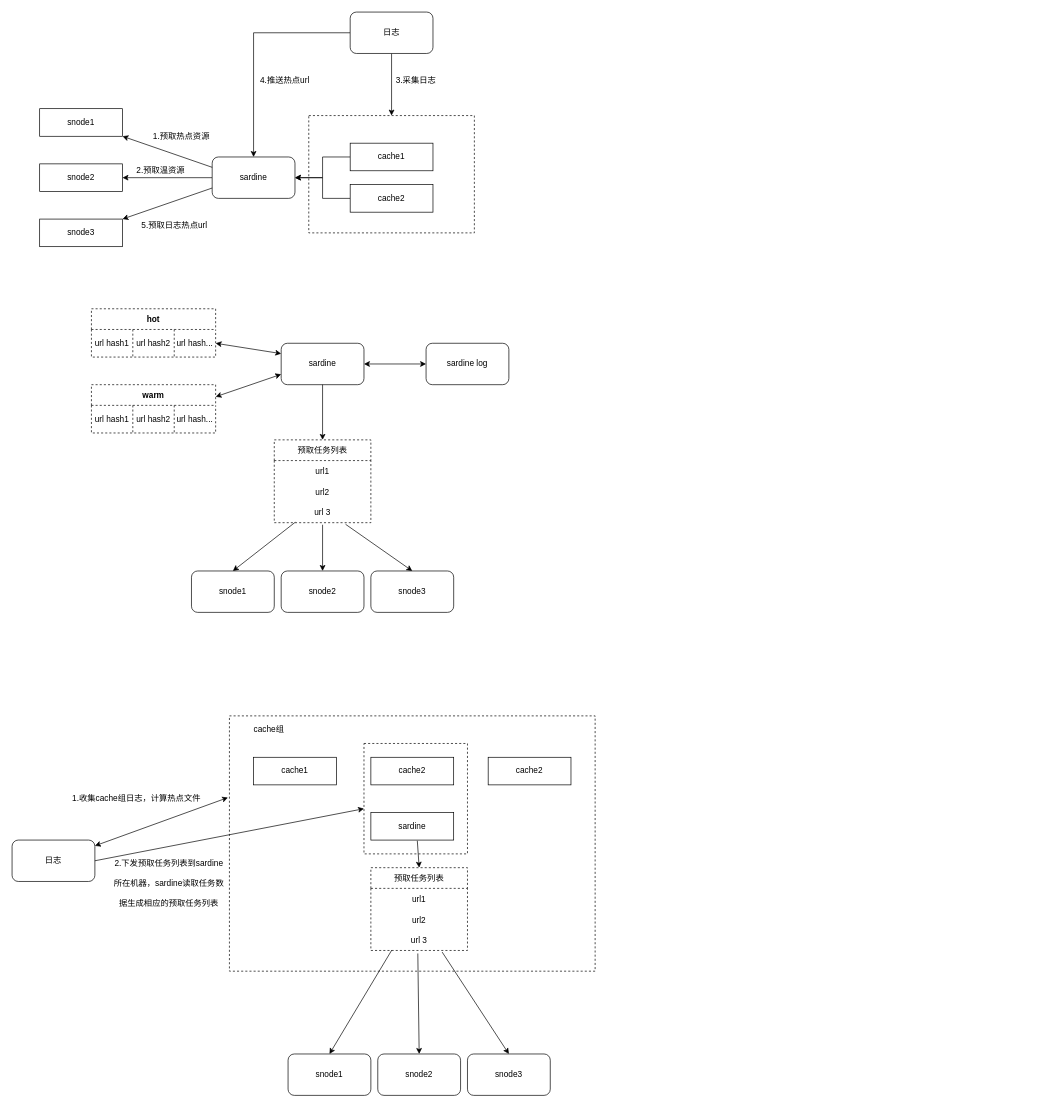
Before: Untitled Diagram.drawio in FreeMind-LJ/ThreadPool, a draw.io diagram. Source tidied: cells renumbered, new cells numbered last; positions are measured from the earlier drawing's top-left corner, leaving out a move shared by most shapes. Both pictures are drawn from the tidied source at 69%, with x=0, y=0 at pixel (12, 12).
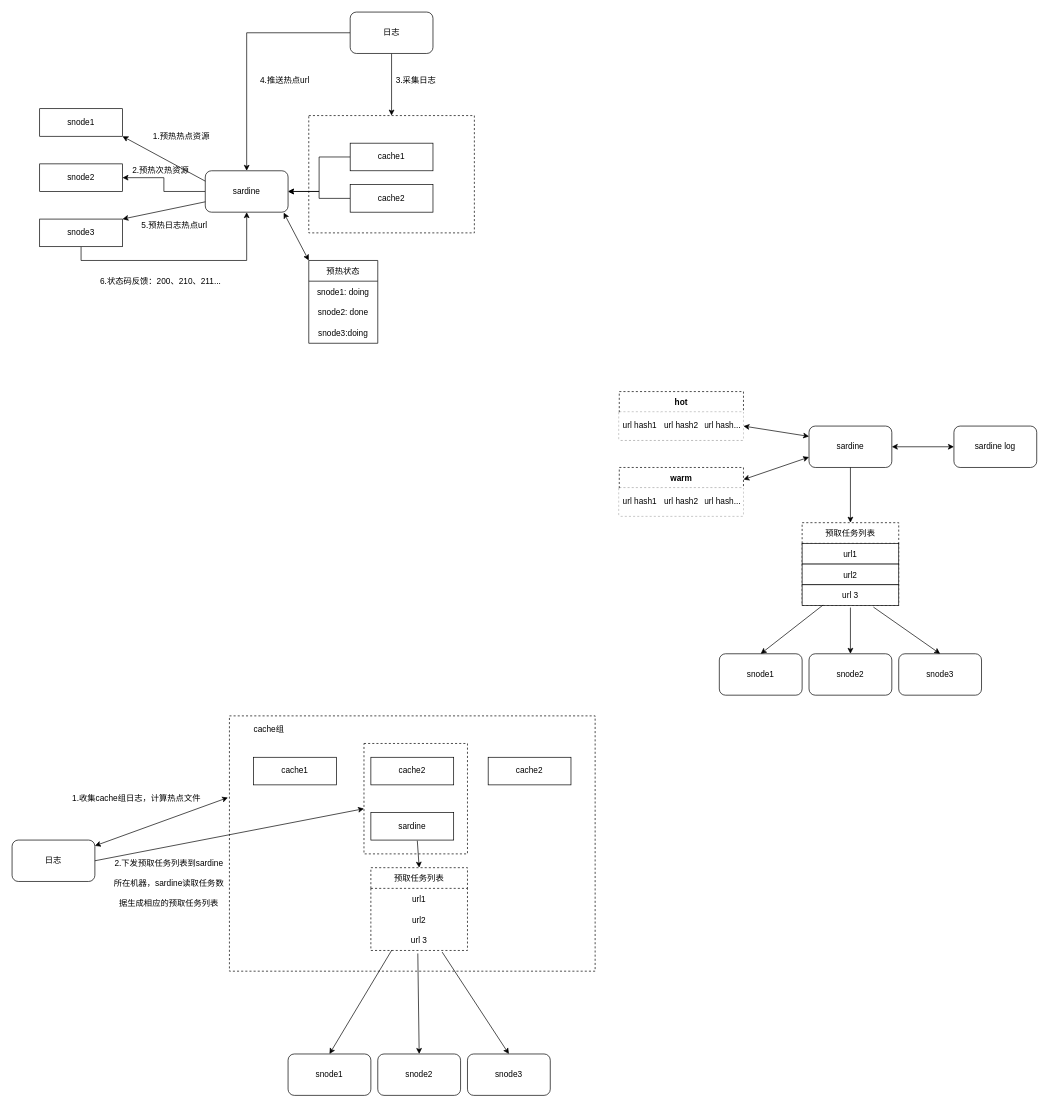
After the change.

Diff of the diagram source:
```diff
@@
+    <mxCell id="71" style="edgeStyle=orthogonalEdgeStyle;rounded=0;jettySize=auto;html=1;fontColor=default;exitX=0.5;exitY=1;exitDx=0;exitDy=0;strokeColor=default;labelBackgroundColor=default;" parent="1" edge="1" source="8" target="10">
+      <mxGeometry relative="1" as="geometry" />
+    </mxCell>
-    <mxCell id="8" value="snode3" style="rounded=0;whiteSpace=wrap;html=1;" parent="1" vertex="1">
+    <mxCell id="8" value="snode3" style="rounded=0;whiteSpace=wrap;html=1;fillColor=default;strokeColor=default;fontColor=default;" parent="1" vertex="1">
       <mxGeometry x="40" y="300" width="120" height="40" as="geometry" />
     </mxCell>
@@
-    <mxCell id="10" value="sardine" style="rounded=1;whiteSpace=wrap;html=1;" parent="1" vertex="1">
-      <mxGeometry x="290" y="210" width="120" height="60" as="geometry" />
+    <mxCell id="10" value="sardine" style="rounded=1;whiteSpace=wrap;html=1;fillColor=default;strokeColor=default;fontColor=default;" parent="1" vertex="1">
+      <mxGeometry x="280" y="230" width="120" height="60" as="geometry" />
     </mxCell>
@@
-    <mxCell id="17" value="2.预取温资源" style="text;html=1;align=center;verticalAlign=middle;strokeColor=none;fillColor=none;" parent="1" vertex="1">
-      <mxGeometry x="170" y="220" width="90" height="20" as="geometry" />
+    <mxCell id="17" value="2.预热次热资源" style="text;html=1;align=center;verticalAlign=middle;strokeColor=none;fillColor=none;" parent="1" vertex="1">
+      <mxGeometry x="165" y="220" width="100" height="20" as="geometry" />
     </mxCell>
@@
-    <mxCell id="20" value="1.预取热点资源" style="text;html=1;align=center;verticalAlign=middle;strokeColor=none;fillColor=none;" parent="1" vertex="1">
+    <mxCell id="20" value="1.预热热点资源" style="text;html=1;align=center;verticalAlign=middle;strokeColor=none;fillColor=none;" parent="1" vertex="1">
       <mxGeometry x="195" y="170" width="100" height="20" as="geometry" />
     </mxCell>
-    <mxCell id="21" value="5.预取日志热点url" style="text;html=1;align=center;verticalAlign=middle;strokeColor=none;fillColor=none;" parent="1" vertex="1">
+    <mxCell id="21" value="5.预热日志热点url" style="text;html=1;align=center;verticalAlign=middle;strokeColor=none;fillColor=none;fontColor=default;" parent="1" vertex="1">
       <mxGeometry x="180" y="300" width="110" height="20" as="geometry" />
     </mxCell>
-    <mxCell id="22" value="sardine" style="rounded=1;whiteSpace=wrap;html=1;" parent="1" vertex="1">
-      <mxGeometry x="390" y="480" width="120" height="60" as="geometry" />
+    <mxCell id="22" value="sardine" style="rounded=1;whiteSpace=wrap;html=1;fillColor=default;strokeColor=default;fontColor=default;" parent="1" vertex="1">
+      <mxGeometry x="1155" y="600" width="120" height="60" as="geometry" />
     </mxCell>
     <mxCell id="23" value="hot" style="shape=table;startSize=30;childLayout=tableLayout;fontStyle=1;align=center;dashed=1;fillColor=none;" parent="1" vertex="1">
-      <mxGeometry x="115" y="430" width="180" height="70" as="geometry" />
+      <mxGeometry x="880" y="550" width="180" height="70" as="geometry" />
     </mxCell>
-    <mxCell id="24" style="shape=partialRectangle;html=1;whiteSpace=wrap;fillColor=none;top=0;left=0;bottom=0;right=0;points=[[0,0.5],[1,0.5]];portConstraint=eastwest;" parent="23" vertex="1">
+    <mxCell id="24" style="shape=partialRectangle;html=1;whiteSpace=wrap;fillColor=default;top=0;left=0;bottom=0;right=0;points=[[0,0.5],[1,0.5]];portConstraint=eastwest;strokeColor=default;fontColor=default;" parent="23" vertex="1">
       <mxGeometry y="30" width="180" height="40" as="geometry" />
     </mxCell>
-    <mxCell id="25" value="url hash1" style="shape=partialRectangle;html=1;whiteSpace=wrap;fillColor=none;top=0;left=0;bottom=0;right=0;overflow=hidden;" parent="24" vertex="1">
+    <mxCell id="25" value="url hash1" style="shape=partialRectangle;html=1;whiteSpace=wrap;fillColor=default;top=0;left=0;bottom=0;right=0;overflow=hidden;strokeColor=default;fontColor=default;" parent="24" vertex="1">
       <mxGeometry width="60" height="40" as="geometry" />
     </mxCell>
-    <mxCell id="26" value="&lt;span&gt;url hash2&lt;/span&gt;" style="shape=partialRectangle;html=1;whiteSpace=wrap;fillColor=none;top=0;left=0;bottom=0;right=0;overflow=hidden;" parent="24" vertex="1">
+    <mxCell id="26" value="&lt;span&gt;url hash2&lt;/span&gt;" style="shape=partialRectangle;html=1;whiteSpace=wrap;fillColor=default;top=0;left=0;bottom=0;right=0;overflow=hidden;strokeColor=default;fontColor=default;" parent="24" vertex="1">
       <mxGeometry x="60" width="60" height="40" as="geometry" />
     </mxCell>
-    <mxCell id="27" value="&lt;span&gt;url hash...&lt;/span&gt;" style="shape=partialRectangle;html=1;whiteSpace=wrap;fillColor=none;top=0;left=0;bottom=0;right=0;overflow=hidden;" parent="24" vertex="1">
+    <mxCell id="27" value="&lt;span&gt;url hash...&lt;/span&gt;" style="shape=partialRectangle;html=1;whiteSpace=wrap;fillColor=default;top=0;left=0;bottom=0;right=0;overflow=hidden;strokeColor=default;fontColor=default;" parent="24" vertex="1">
       <mxGeometry x="120" width="60" height="40" as="geometry" />
     </mxCell>
-    <mxCell id="28" value="warm" style="shape=table;startSize=30;childLayout=tableLayout;fontStyle=1;align=center;dashed=1;fillColor=none;" parent="1" vertex="1">
-      <mxGeometry x="115" y="540" width="180" height="70" as="geometry" />
+    <mxCell id="28" value="warm" style="shape=table;startSize=30;childLayout=tableLayout;fontStyle=1;align=center;dashed=1;fillColor=default;strokeColor=default;fontColor=default;" parent="1" vertex="1">
+      <mxGeometry x="880" y="660" width="180" height="70" as="geometry" />
     </mxCell>
-    <mxCell id="29" style="shape=partialRectangle;html=1;whiteSpace=wrap;fillColor=none;top=0;left=0;bottom=0;right=0;" parent="28" vertex="1">
+    <mxCell id="29" style="shape=partialRectangle;html=1;whiteSpace=wrap;fillColor=default;top=0;left=0;bottom=0;right=0;strokeColor=default;fontColor=default;" parent="28" vertex="1">
       <mxGeometry y="30" width="180" height="40" as="geometry" />
     </mxCell>
-    <mxCell id="30" value="url hash1" style="shape=partialRectangle;html=1;whiteSpace=wrap;fillColor=none;top=0;left=0;bottom=0;right=0;overflow=hidden;" parent="29" vertex="1">
+    <mxCell id="30" value="url hash1" style="shape=partialRectangle;html=1;whiteSpace=wrap;fillColor=default;top=0;left=0;bottom=0;right=0;overflow=hidden;strokeColor=default;fontColor=default;" parent="29" vertex="1">
       <mxGeometry width="60" height="40" as="geometry" />
     </mxCell>
-    <mxCell id="31" value="&lt;span&gt;url hash2&lt;/span&gt;" style="shape=partialRectangle;html=1;whiteSpace=wrap;fillColor=none;top=0;left=0;bottom=0;right=0;overflow=hidden;" parent="29" vertex="1">
+    <mxCell id="31" value="&lt;span&gt;url hash2&lt;/span&gt;" style="shape=partialRectangle;html=1;whiteSpace=wrap;fillColor=default;top=0;left=0;bottom=0;right=0;overflow=hidden;strokeColor=default;fontColor=default;" parent="29" vertex="1">
       <mxGeometry x="60" width="60" height="40" as="geometry" />
     </mxCell>
-    <mxCell id="32" value="&lt;span&gt;url hash...&lt;/span&gt;" style="shape=partialRectangle;html=1;whiteSpace=wrap;fillColor=none;top=0;left=0;bottom=0;right=0;overflow=hidden;" parent="29" vertex="1">
+    <mxCell id="32" value="&lt;span&gt;url hash...&lt;/span&gt;" style="shape=partialRectangle;html=1;whiteSpace=wrap;fillColor=default;top=0;left=0;bottom=0;right=0;overflow=hidden;strokeColor=default;fontColor=default;" parent="29" vertex="1">
       <mxGeometry x="120" width="60" height="40" as="geometry" />
     </mxCell>
-    <mxCell id="33" value="sardine log" style="rounded=1;whiteSpace=wrap;html=1;" parent="1" vertex="1">
-      <mxGeometry x="600" y="480" width="120" height="60" as="geometry" />
+    <mxCell id="33" value="sardine log" style="rounded=1;whiteSpace=wrap;html=1;fillColor=default;strokeColor=default;fontColor=default;" parent="1" vertex="1">
+      <mxGeometry x="1365" y="600" width="120" height="60" as="geometry" />
     </mxCell>
-    <mxCell id="34" value="snode2" style="rounded=1;whiteSpace=wrap;html=1;" parent="1" vertex="1">
-      <mxGeometry x="390" y="810" width="120" height="60" as="geometry" />
+    <mxCell id="34" value="snode2" style="rounded=1;whiteSpace=wrap;html=1;fillColor=default;strokeColor=default;fontColor=default;" parent="1" vertex="1">
+      <mxGeometry x="1155" y="930" width="120" height="60" as="geometry" />
     </mxCell>
-    <mxCell id="35" value="预取任务列表" style="swimlane;fontStyle=0;horizontal=1;startSize=30;dashed=1;fillColor=none;" parent="1" vertex="1">
-      <mxGeometry x="380" y="620" width="140" height="120" as="geometry" />
+    <mxCell id="35" value="预取任务列表" style="swimlane;fontStyle=0;horizontal=1;startSize=30;dashed=1;fillColor=default;strokeColor=default;fontColor=default;" parent="1" vertex="1">
+      <mxGeometry x="1145" y="740" width="140" height="120" as="geometry" />
     </mxCell>
-    <mxCell id="36" value="url1" style="text;strokeColor=none;fillColor=none;align=center;verticalAlign=middle;spacingLeft=4;spacingRight=4;overflow=hidden;" parent="35" vertex="1">
+    <mxCell id="36" value="url1" style="text;strokeColor=default;fillColor=default;align=center;verticalAlign=middle;spacingLeft=4;spacingRight=4;overflow=hidden;fontColor=default;" parent="35" vertex="1">
       <mxGeometry y="30" width="140" height="30" as="geometry" />
     </mxCell>
-    <mxCell id="37" value="url2" style="text;strokeColor=none;fillColor=none;align=center;verticalAlign=middle;spacingLeft=4;spacingRight=4;overflow=hidden;" parent="35" vertex="1">
+    <mxCell id="37" value="url2" style="text;strokeColor=default;fillColor=default;align=center;verticalAlign=middle;spacingLeft=4;spacingRight=4;overflow=hidden;fontColor=default;" parent="35" vertex="1">
       <mxGeometry y="60" width="140" height="30" as="geometry" />
     </mxCell>
-    <mxCell id="38" value="url 3" style="text;strokeColor=none;fillColor=none;align=center;verticalAlign=middle;spacingLeft=4;spacingRight=4;overflow=hidden;points=[[0,0.5],[1,0.5]];portConstraint=eastwest;" parent="35" vertex="1">
+    <mxCell id="38" value="url 3" style="text;strokeColor=default;fillColor=default;align=center;verticalAlign=middle;spacingLeft=4;spacingRight=4;overflow=hidden;points=[[0,0.5],[1,0.5]];portConstraint=eastwest;fontColor=default;" parent="35" vertex="1">
       <mxGeometry y="90" width="140" height="30" as="geometry" />
     </mxCell>
-    <mxCell id="39" value="snode3" style="rounded=1;whiteSpace=wrap;html=1;" parent="1" vertex="1">
-      <mxGeometry x="520" y="810" width="120" height="60" as="geometry" />
+    <mxCell id="39" value="snode3" style="rounded=1;whiteSpace=wrap;html=1;fillColor=default;strokeColor=default;fontColor=default;" parent="1" vertex="1">
+      <mxGeometry x="1285" y="930" width="120" height="60" as="geometry" />
     </mxCell>
-    <mxCell id="40" value="snode1" style="rounded=1;whiteSpace=wrap;html=1;" parent="1" vertex="1">
-      <mxGeometry x="260" y="810" width="120" height="60" as="geometry" />
+    <mxCell id="40" value="snode1" style="rounded=1;whiteSpace=wrap;html=1;fillColor=default;strokeColor=default;fontColor=default;" parent="1" vertex="1">
+      <mxGeometry x="1025" y="930" width="120" height="60" as="geometry" />
     </mxCell>
-    <mxCell id="41" style="endArrow=classic;startArrow=classic;html=1;exitX=1;exitY=0.5;exitDx=0;exitDy=0;entryX=0;entryY=0.25;entryDx=0;entryDy=0;" parent="1" edge="1" source="24" target="22">
+    <mxCell id="41" style="endArrow=classic;startArrow=classic;html=1;exitX=1;exitY=0.5;exitDx=0;exitDy=0;entryX=0;entryY=0.25;entryDx=0;entryDy=0;fillColor=default;strokeColor=default;fontColor=default;" parent="1" edge="1" source="24" target="22">
       <mxGeometry relative="1" as="geometry" />
     </mxCell>
-    <mxCell id="42" style="endArrow=classic;startArrow=classic;html=1;exitX=1;exitY=0.25;exitDx=0;exitDy=0;entryX=0;entryY=0.75;entryDx=0;entryDy=0;" parent="1" edge="1" source="28" target="22">
+    <mxCell id="42" style="endArrow=classic;startArrow=classic;html=1;exitX=1;exitY=0.25;exitDx=0;exitDy=0;entryX=0;entryY=0.75;entryDx=0;entryDy=0;fillColor=default;strokeColor=default;fontColor=default;" parent="1" edge="1" source="28" target="22">
       <mxGeometry relative="1" as="geometry" />
     </mxCell>
-    <mxCell id="43" style="endArrow=classic;startArrow=classic;html=1;exitX=1;exitY=0.5;exitDx=0;exitDy=0;entryX=0;entryY=0.5;entryDx=0;entryDy=0;" parent="1" edge="1" source="22" target="33">
+    <mxCell id="43" style="endArrow=classic;startArrow=classic;html=1;exitX=1;exitY=0.5;exitDx=0;exitDy=0;entryX=0;entryY=0.5;entryDx=0;entryDy=0;fillColor=default;strokeColor=default;fontColor=default;" parent="1" edge="1" source="22" target="33">
       <mxGeometry relative="1" as="geometry" />
     </mxCell>
-    <mxCell id="44" style="endArrow=classic;html=1;exitX=0.5;exitY=1;exitDx=0;exitDy=0;" parent="1" edge="1" source="22" target="35">
+    <mxCell id="44" style="endArrow=classic;html=1;exitX=0.5;exitY=1;exitDx=0;exitDy=0;fillColor=default;strokeColor=default;fontColor=default;" parent="1" edge="1" source="22" target="35">
       <mxGeometry relative="1" as="geometry" />
     </mxCell>
-    <mxCell id="45" style="endArrow=classic;html=1;exitX=0.217;exitY=0.978;exitDx=0;exitDy=0;exitPerimeter=0;entryX=0.5;entryY=0;entryDx=0;entryDy=0;" parent="1" edge="1" source="38" target="40">
+    <mxCell id="45" style="endArrow=classic;html=1;exitX=0.217;exitY=0.978;exitDx=0;exitDy=0;exitPerimeter=0;entryX=0.5;entryY=0;entryDx=0;entryDy=0;fillColor=default;strokeColor=default;fontColor=default;" parent="1" edge="1" source="38" target="40">
       <mxGeometry relative="1" as="geometry" />
     </mxCell>
-    <mxCell id="46" style="endArrow=classic;html=1;entryX=0.5;entryY=0;entryDx=0;entryDy=0;" parent="1" edge="1" target="34">
+    <mxCell id="46" style="endArrow=classic;html=1;entryX=0.5;entryY=0;entryDx=0;entryDy=0;fillColor=default;strokeColor=default;fontColor=default;" parent="1" edge="1" target="34">
       <mxGeometry relative="1" as="geometry">
-        <mxPoint x="450" y="743" as="sourcePoint" />
+        <mxPoint x="1215" y="863" as="sourcePoint" />
       </mxGeometry>
     </mxCell>
-    <mxCell id="47" style="endArrow=classic;html=1;exitX=0.738;exitY=1.078;exitDx=0;exitDy=0;exitPerimeter=0;entryX=0.5;entryY=0;entryDx=0;entryDy=0;" parent="1" edge="1" source="38" target="39">
+    <mxCell id="47" style="endArrow=classic;html=1;exitX=0.738;exitY=1.078;exitDx=0;exitDy=0;exitPerimeter=0;entryX=0.5;entryY=0;entryDx=0;entryDy=0;fillColor=default;strokeColor=default;fontColor=default;" parent="1" edge="1" source="38" target="39">
       <mxGeometry relative="1" as="geometry" />
     </mxCell>
@@
+    <mxCell id="72" value="6.状态码反馈：200、210、211..." style="text;html=1;align=center;verticalAlign=middle;strokeColor=none;fillColor=none;fontColor=default;" parent="1" vertex="1">
+      <mxGeometry x="120" y="380" width="190" height="20" as="geometry" />
+    </mxCell>
+    <mxCell id="73" value="预热状态" style="swimlane;fontStyle=0;horizontal=1;startSize=30;fontColor=default;strokeColor=default;fillColor=default;align=center;" parent="1" vertex="1">
+      <mxGeometry x="430" y="360" width="100" height="120" as="geometry" />
+    </mxCell>
+    <mxCell id="74" value="snode1: doing" style="text;strokeColor=none;fillColor=none;align=center;verticalAlign=middle;spacingLeft=4;spacingRight=4;overflow=hidden;fontColor=default;" parent="73" vertex="1">
+      <mxGeometry y="30" width="100" height="30" as="geometry" />
+    </mxCell>
+    <mxCell id="75" value="snode2: done" style="text;strokeColor=none;fillColor=none;align=center;verticalAlign=middle;spacingLeft=4;spacingRight=4;overflow=hidden;fontColor=default;" parent="73" vertex="1">
+      <mxGeometry y="60" width="100" height="30" as="geometry" />
+    </mxCell>
+    <mxCell id="76" value="snode3:doing" style="text;strokeColor=none;fillColor=none;align=center;verticalAlign=middle;spacingLeft=4;spacingRight=4;overflow=hidden;fontColor=default;" parent="73" vertex="1">
+      <mxGeometry y="90" width="100" height="30" as="geometry" />
+    </mxCell>
+    <mxCell id="77" style="endArrow=classic;startArrow=classic;html=1;rounded=0;labelBackgroundColor=default;fontColor=default;strokeColor=default;fillColor=default;exitX=0.947;exitY=1.011;exitDx=0;exitDy=0;exitPerimeter=0;entryX=0;entryY=0;entryDx=0;entryDy=0;" parent="1" edge="1" source="10" target="73">
+      <mxGeometry relative="1" as="geometry" />
+    </mxCell>
```
